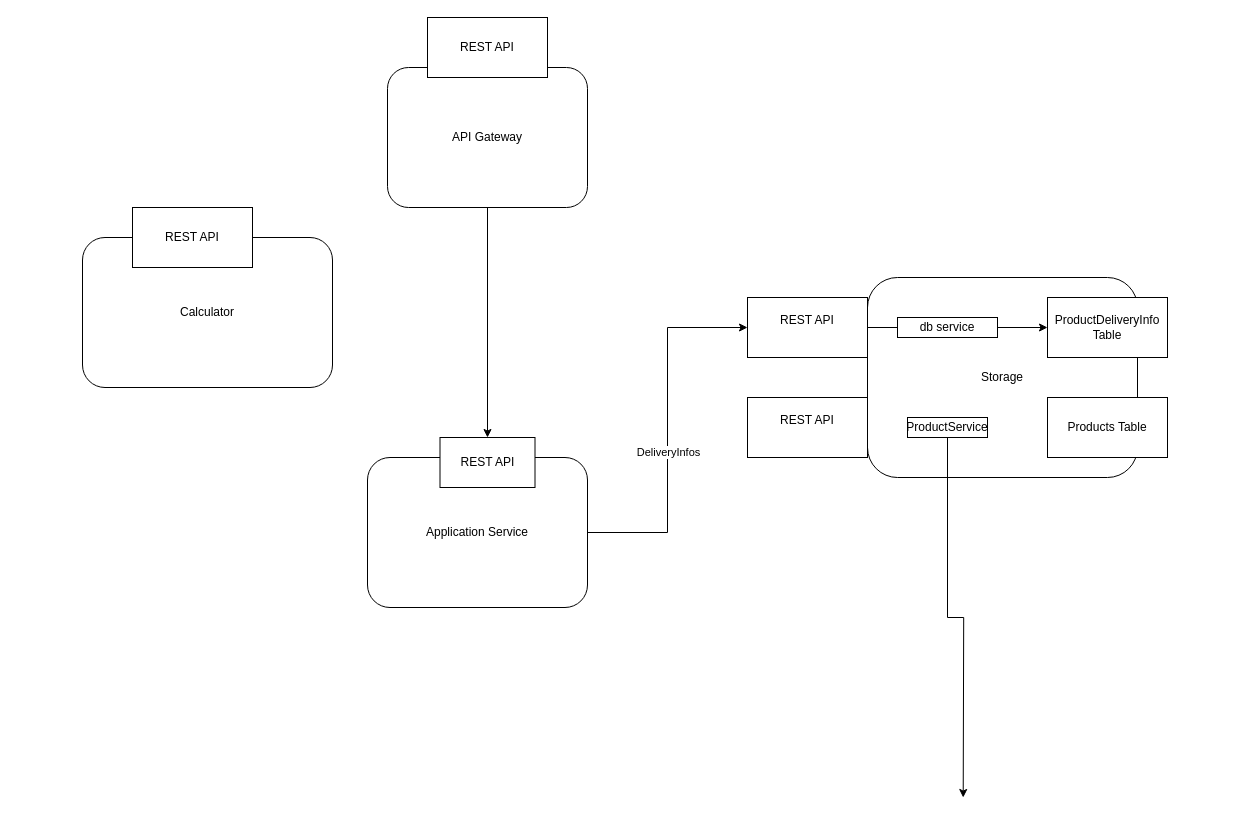
The draw.io diagram kbe_component_diagram.drawio in KBE-Project/diagrams, before the edit. Source tidied: cells renumbered, new cells numbered last; positions are measured from the earlier drawing's top-left corner, leaving out a move shared by most shapes. Both pictures are drawn from the tidied source at 100%, with x=0, y=0 at pixel (82, 17).
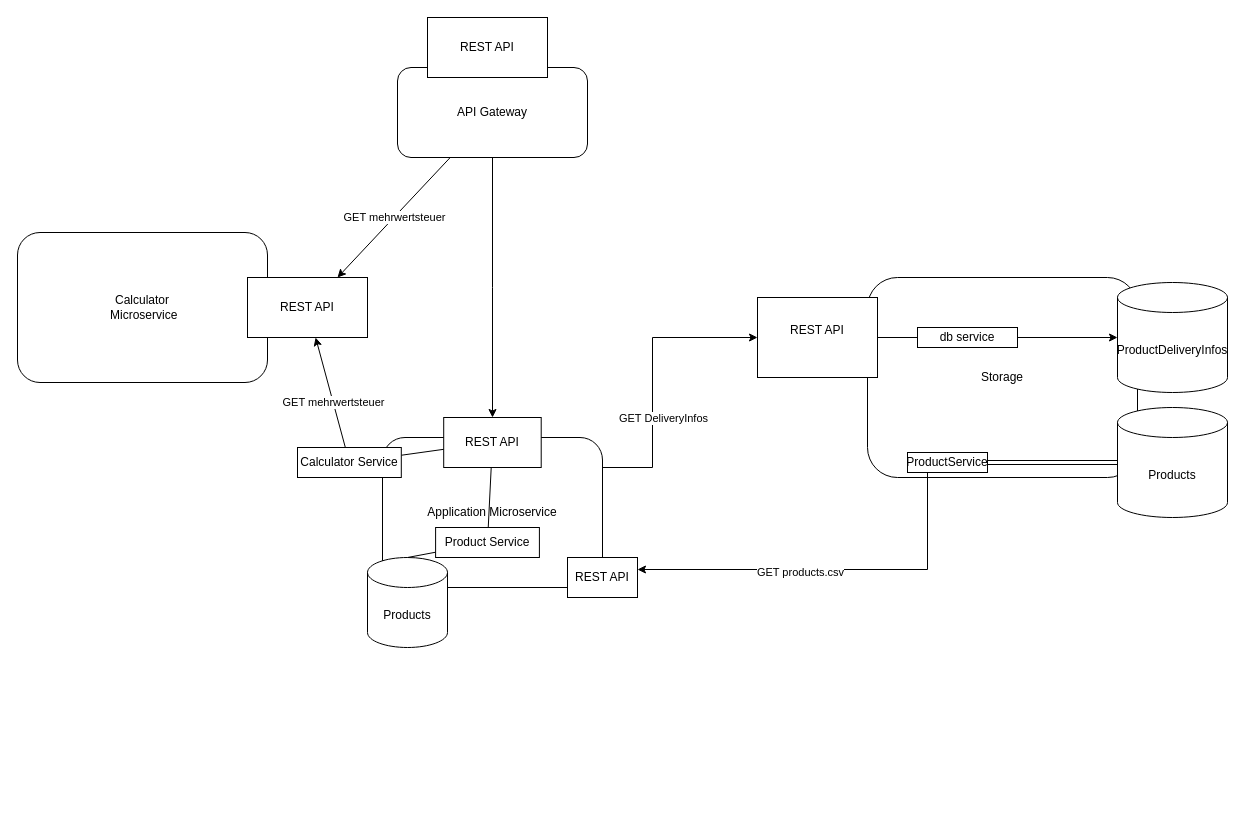
The same page after the edit.

The edit, as a diff of the source:
```diff
@@
+    <mxCell id="21" value="GET mehrwertsteuer" style="edgeStyle=none;rounded=0;jettySize=auto;html=1;endArrow=classic;endFill=1;strokeColor=default;entryX=0.75;entryY=0;entryDx=0;entryDy=0;startArrow=none;startFill=0;" parent="1" edge="1" source="3" target="9">
+      <mxGeometry relative="1" as="geometry" />
+    </mxCell>
     <mxCell id="3" value="API Gateway" style="rounded=1;whiteSpace=wrap;html=1;" parent="1" vertex="1">
-      <mxGeometry x="305" y="50" width="200" height="140" as="geometry" />
+      <mxGeometry x="315" y="50" width="190" height="90" as="geometry" />
     </mxCell>
-    <mxCell id="4" value="&lt;div&gt;Calculator&lt;/div&gt;" style="rounded=1;whiteSpace=wrap;html=1;" parent="1" vertex="1">
-      <mxGeometry y="220" width="250" height="150" as="geometry" />
+    <mxCell id="4" value="&lt;div&gt;Calculator&lt;/div&gt;&amp;nbsp;Microservice" style="rounded=1;whiteSpace=wrap;html=1;" parent="1" vertex="1">
+      <mxGeometry x="-65" y="215" width="250" height="150" as="geometry" />
     </mxCell>
-    <mxCell id="5" style="edgeStyle=orthogonalEdgeStyle;rounded=0;jettySize=auto;html=1;entryX=0;entryY=0.5;entryDx=0;entryDy=0;" parent="1" edge="1" source="7" target="11">
-      <mxGeometry relative="1" as="geometry" />
+    <mxCell id="5" style="edgeStyle=orthogonalEdgeStyle;rounded=0;jettySize=auto;html=1;entryX=0;entryY=0.5;entryDx=0;entryDy=0;" parent="1" edge="1" source="30" target="11">
+      <mxGeometry relative="1" as="geometry">
+        <Array as="points">
+          <mxPoint x="413" y="450" />
+          <mxPoint x="570" y="450" />
+          <mxPoint x="570" y="320" />
+        </Array>
+      </mxGeometry>
     </mxCell>
-    <mxCell id="6" value="DeliveryInfos" style="edgeLabel;html=1;align=center;verticalAlign=middle;" parent="5" vertex="1">
-      <mxGeometry x="-0.12" relative="1" as="geometry" />
+    <mxCell id="6" value="GET DeliveryInfos" style="edgeLabel;html=1;align=center;verticalAlign=middle;" parent="5" vertex="1">
+      <mxGeometry x="-0.12" relative="1" as="geometry">
+        <mxPoint x="28" y="-50" as="offset" />
+      </mxGeometry>
     </mxCell>
-    <mxCell id="7" value="Application Service" style="rounded=1;whiteSpace=wrap;html=1;" parent="1" vertex="1">
-      <mxGeometry x="285" y="440" width="220" height="150" as="geometry" />
+    <mxCell id="7" value="Application Microservice" style="rounded=1;whiteSpace=wrap;html=1;" parent="1" vertex="1">
+      <mxGeometry x="300" y="420" width="220" height="150" as="geometry" />
     </mxCell>
@@
     <mxCell id="9" value="REST API" style="rounded=0;whiteSpace=wrap;html=1;" parent="1" vertex="1">
-      <mxGeometry x="50" y="190" width="120" height="60" as="geometry" />
+      <mxGeometry x="165" y="260" width="120" height="60" as="geometry" />
     </mxCell>
-    <mxCell id="10" style="edgeStyle=orthogonalEdgeStyle;rounded=0;jettySize=auto;html=1;" parent="1" edge="1" source="11">
-      <mxGeometry relative="1" as="geometry">
-        <mxPoint x="875" y="310" as="targetPoint" />
-      </mxGeometry>
-    </mxCell>
     <mxCell id="11" value="&lt;div&gt;REST API&lt;/div&gt;&lt;div&gt;&lt;br&gt;&lt;/div&gt;" style="rounded=0;whiteSpace=wrap;html=1;" parent="1" vertex="1">
-      <mxGeometry x="665" y="280" width="120" height="60" as="geometry" />
+      <mxGeometry x="675" y="280" width="120" height="80" as="geometry" />
     </mxCell>
+    <mxCell id="22" style="edgeStyle=none;rounded=0;jettySize=auto;html=1;startArrow=none;startFill=0;endArrow=none;endFill=0;strokeColor=default;" parent="1" edge="1" source="12" target="30">
+      <mxGeometry relative="1" as="geometry" />
+    </mxCell>
     <mxCell id="12" value="REST API" style="rounded=0;whiteSpace=wrap;html=1;" parent="1" vertex="1">
-      <mxGeometry x="357.5" y="420" width="95" height="50" as="geometry" />
+      <mxGeometry x="361.2" y="400" width="97.5" height="50" as="geometry" />
     </mxCell>
@@
-    <mxCell id="14" value="ProductDeliveryInfo Table" style="rounded=0;whiteSpace=wrap;html=1;" parent="1" vertex="1">
-      <mxGeometry x="965" y="280" width="120" height="60" as="geometry" />
-    </mxCell>
-    <mxCell id="15" value="Products Table" style="rounded=0;whiteSpace=wrap;html=1;" parent="1" vertex="1">
-      <mxGeometry x="965" y="380" width="120" height="60" as="geometry" />
-    </mxCell>
-    <mxCell id="16" style="edgeStyle=orthogonalEdgeStyle;rounded=0;jettySize=auto;html=1;" parent="1" edge="1" source="17" target="14">
+    <mxCell id="16" style="edgeStyle=orthogonalEdgeStyle;rounded=0;jettySize=auto;html=1;" parent="1" edge="1" source="17" target="26">
       <mxGeometry relative="1" as="geometry" />
     </mxCell>
-    <mxCell id="17" value="db service" style="rounded=0;whiteSpace=wrap;html=1;" parent="1" vertex="1">
-      <mxGeometry x="815" y="300" width="100" height="20" as="geometry" />
-    </mxCell>
     <mxCell id="18" style="edgeStyle=orthogonalEdgeStyle;rounded=0;jettySize=auto;html=1;" parent="1" edge="1" source="19">
       <mxGeometry relative="1" as="geometry">
-        <mxPoint x="880.7" y="780" as="targetPoint" />
+        <mxPoint x="555" y="552" as="targetPoint" />
+        <Array as="points">
+          <mxPoint x="845" y="552" />
+        </Array>
       </mxGeometry>
     </mxCell>
+    <mxCell id="23" value="GET products.csv" style="edgeLabel;html=1;align=center;verticalAlign=middle;" parent="18" vertex="1">
+      <mxGeometry x="0.14" y="2" relative="1" as="geometry">
+        <mxPoint x="-4" as="offset" />
+      </mxGeometry>
+    </mxCell>
+    <mxCell id="24" style="edgeStyle=none;shape=link;rounded=0;jettySize=auto;html=1;exitX=1;exitY=0.5;exitDx=0;exitDy=0;endArrow=none;endFill=0;strokeColor=default;" parent="1" edge="1" source="19" target="27">
+      <mxGeometry relative="1" as="geometry" />
+    </mxCell>
     <mxCell id="19" value="ProductService" style="rounded=0;whiteSpace=wrap;html=1;" parent="1" vertex="1">
-      <mxGeometry x="825" y="400" width="80" height="20" as="geometry" />
+      <mxGeometry x="825" y="435" width="80" height="20" as="geometry" />
     </mxCell>
-    <mxCell id="20" value="&lt;div&gt;REST API&lt;/div&gt;&lt;div&gt;&lt;br&gt;&lt;/div&gt;" style="rounded=0;whiteSpace=wrap;html=1;" parent="1" vertex="1">
-      <mxGeometry x="665" y="380" width="120" height="60" as="geometry" />
+    <mxCell id="20" value="REST API" style="rounded=0;whiteSpace=wrap;html=1;" parent="1" vertex="1">
+      <mxGeometry x="485" y="540" width="70" height="40" as="geometry" />
     </mxCell>
+    <mxCell id="17" value="db service" style="rounded=0;whiteSpace=wrap;html=1;" parent="1" vertex="1">
+      <mxGeometry x="835" y="310" width="100" height="20" as="geometry" />
+    </mxCell>
+    <mxCell id="25" style="edgeStyle=orthogonalEdgeStyle;rounded=0;jettySize=auto;html=1;endArrow=none;" parent="1" edge="1" source="11" target="17">
+      <mxGeometry relative="1" as="geometry" />
+    </mxCell>
+    <mxCell id="26" value="ProductDeliveryInfos" style="shape=cylinder3;whiteSpace=wrap;html=1;boundedLbl=1;backgroundOutline=1;size=15;" parent="1" vertex="1">
+      <mxGeometry x="1035" y="265" width="110" height="110" as="geometry" />
+    </mxCell>
+    <mxCell id="27" value="Products" style="shape=cylinder3;whiteSpace=wrap;html=1;boundedLbl=1;backgroundOutline=1;size=15;" parent="1" vertex="1">
+      <mxGeometry x="1035" y="390" width="110" height="110" as="geometry" />
+    </mxCell>
+    <mxCell id="28" value="Products" style="shape=cylinder3;whiteSpace=wrap;html=1;boundedLbl=1;backgroundOutline=1;size=15;" parent="1" vertex="1">
+      <mxGeometry x="285" y="540" width="80" height="90" as="geometry" />
+    </mxCell>
+    <mxCell id="29" style="edgeStyle=none;rounded=0;jettySize=auto;html=1;startArrow=none;startFill=0;endArrow=none;endFill=0;strokeColor=default;entryX=0.5;entryY=0;entryDx=0;entryDy=0;entryPerimeter=0;" parent="1" edge="1" source="30" target="28">
+      <mxGeometry relative="1" as="geometry" />
+    </mxCell>
+    <mxCell id="30" value="Product Service" style="rounded=0;whiteSpace=wrap;html=1;" parent="1" vertex="1">
+      <mxGeometry x="353.1" y="510" width="103.8" height="30" as="geometry" />
+    </mxCell>
+    <mxCell id="31" style="edgeStyle=none;rounded=0;jettySize=auto;html=1;startArrow=none;startFill=0;endArrow=none;endFill=0;strokeColor=default;" parent="1" edge="1" source="34" target="12">
+      <mxGeometry relative="1" as="geometry" />
+    </mxCell>
+    <mxCell id="32" style="edgeStyle=none;rounded=0;jettySize=auto;html=1;startArrow=none;startFill=0;endArrow=classic;endFill=1;strokeColor=default;" parent="1" edge="1" source="34" target="9">
+      <mxGeometry relative="1" as="geometry" />
+    </mxCell>
+    <mxCell id="33" value="GET mehrwertsteuer" style="edgeLabel;html=1;align=center;verticalAlign=middle;" parent="32" vertex="1">
+      <mxGeometry x="-0.18" relative="1" as="geometry" />
+    </mxCell>
+    <mxCell id="34" value="Calculator Service" style="rounded=0;whiteSpace=wrap;html=1;" parent="1" vertex="1">
+      <mxGeometry x="215" y="430" width="103.8" height="30" as="geometry" />
+    </mxCell>
```
